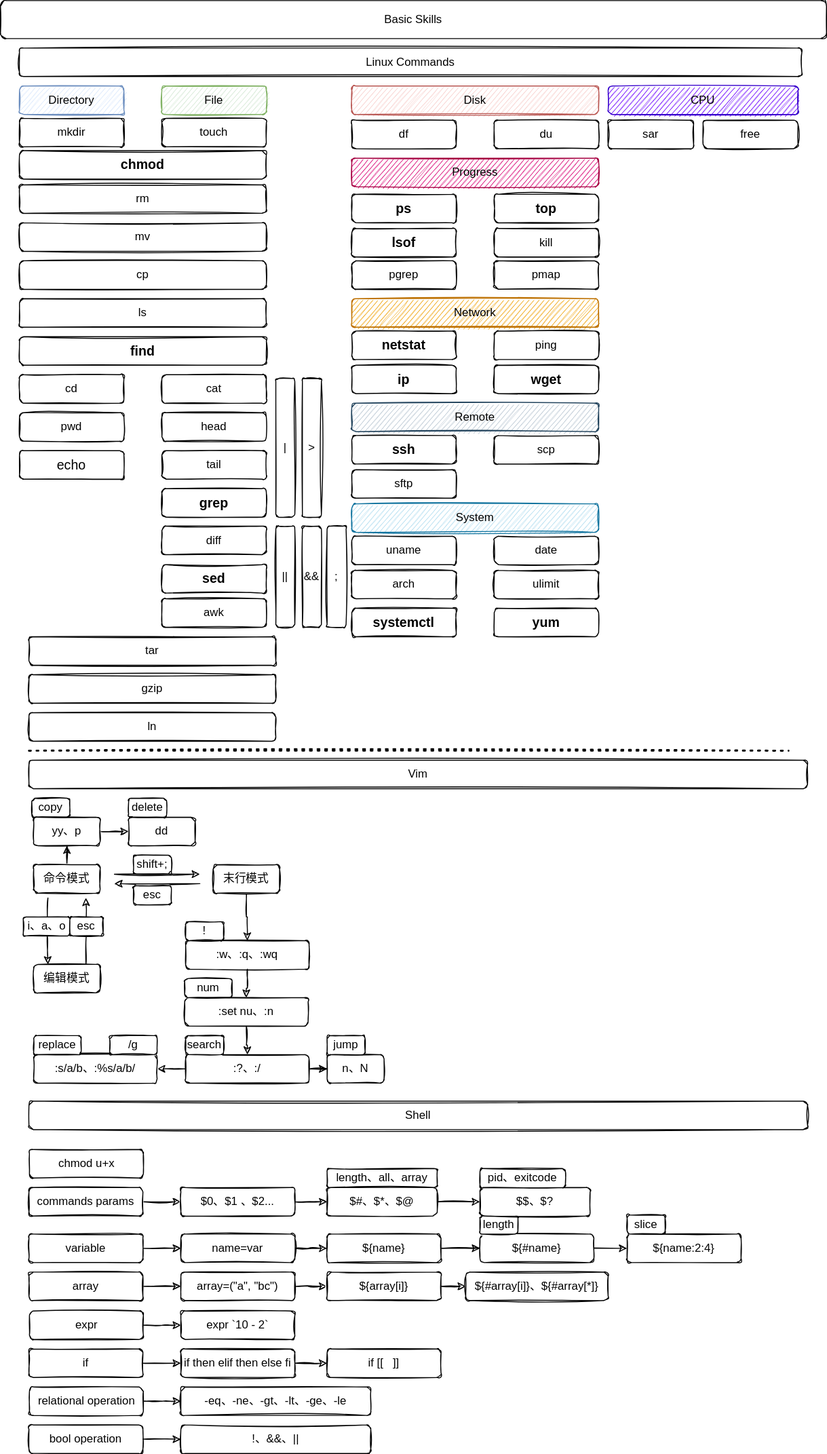
Earlier version of the draw.io export 03-工作环境/images/Linux-Commands.svg (cd-home/Root). Source tidied: cells renumbered, new cells last; positions are measured from the earlier drawing's top-left corner, leaving out a move shared by most shapes.
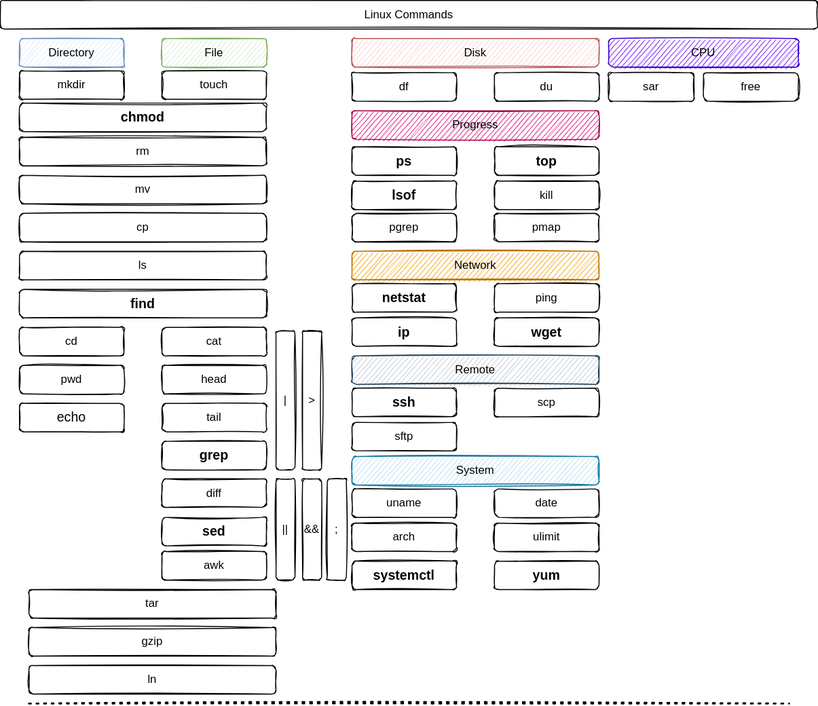
Later version of the same file.

Commit message:
😀🌴⭐🌎☀️🌈🌽: Basic Skills

Change to the diagram source:
```diff
@@ -3,7 +3,7 @@
     <mxCell id="0" />
     <mxCell id="1" parent="0" />
     <mxCell id="2" value="Linux Commands" style="rounded=1;whiteSpace=wrap;html=1;sketch=1;" parent="1" vertex="1">
-      <mxGeometry x="20" y="50" width="824" height="30" as="geometry" />
+      <mxGeometry y="50" width="860" height="30" as="geometry" />
     </mxCell>
     <mxCell id="3" value="mkdir" style="rounded=1;whiteSpace=wrap;html=1;sketch=1;" parent="1" vertex="1">
       <mxGeometry x="20" y="124" width="110" height="30" as="geometry" />
@@ -182,261 +182,5 @@
         <mxPoint x="830" y="790" as="targetPoint" />
       </mxGeometry>
     </mxCell>
-    <mxCell id="61" value="Vim" style="rounded=1;whiteSpace=wrap;html=1;sketch=1;fontSize=12;fontColor=#000000;" parent="1" vertex="1">
-      <mxGeometry x="30" y="800" width="820" height="30" as="geometry" />
-    </mxCell>
-    <mxCell id="62" value="Shell" style="rounded=1;whiteSpace=wrap;html=1;sketch=1;fontSize=12;fontColor=#000000;" parent="1" vertex="1">
-      <mxGeometry x="30" y="1159" width="820" height="30" as="geometry" />
-    </mxCell>
-    <mxCell id="63" style="edgeStyle=orthogonalEdgeStyle;rounded=0;sketch=1;jettySize=auto;html=1;fontSize=12;fontColor=#000000;" parent="1" edge="1" source="64" target="81">
-      <mxGeometry relative="1" as="geometry" />
-    </mxCell>
-    <mxCell id="64" value="命令模式" style="rounded=1;whiteSpace=wrap;html=1;sketch=1;fontSize=12;fontColor=#000000;" parent="1" vertex="1">
-      <mxGeometry x="35" y="910" width="70" height="30" as="geometry" />
-    </mxCell>
-    <mxCell id="65" value="编辑模式" style="rounded=1;whiteSpace=wrap;html=1;sketch=1;fontSize=12;fontColor=#000000;" parent="1" vertex="1">
-      <mxGeometry x="35" y="1015" width="70" height="30" as="geometry" />
-    </mxCell>
-    <mxCell id="66" style="edgeStyle=orthogonalEdgeStyle;rounded=0;sketch=1;jettySize=auto;html=1;fontSize=12;fontColor=#000000;" parent="1" edge="1" source="67" target="69">
-      <mxGeometry relative="1" as="geometry" />
-    </mxCell>
-    <mxCell id="67" value="末行模式" style="rounded=1;whiteSpace=wrap;html=1;sketch=1;fontSize=12;fontColor=#000000;" parent="1" vertex="1">
-      <mxGeometry x="224" y="910" width="70" height="30" as="geometry" />
-    </mxCell>
-    <mxCell id="68" style="edgeStyle=orthogonalEdgeStyle;rounded=0;sketch=1;jettySize=auto;html=1;fontSize=12;fontColor=#000000;" parent="1" edge="1" source="69" target="71">
-      <mxGeometry relative="1" as="geometry" />
-    </mxCell>
-    <mxCell id="69" value=":w、:q、:wq" style="rounded=1;whiteSpace=wrap;html=1;sketch=1;fontSize=12;fontColor=#000000;" parent="1" vertex="1">
-      <mxGeometry x="195" y="990" width="130" height="30" as="geometry" />
-    </mxCell>
-    <mxCell id="70" style="edgeStyle=orthogonalEdgeStyle;rounded=0;sketch=1;jettySize=auto;html=1;fontSize=12;fontColor=#000000;" parent="1" edge="1" source="71" target="75">
-      <mxGeometry relative="1" as="geometry" />
-    </mxCell>
-    <mxCell id="71" value=":set nu、:n" style="rounded=1;whiteSpace=wrap;html=1;sketch=1;fontSize=12;fontColor=#000000;" parent="1" vertex="1">
-      <mxGeometry x="194" y="1050" width="130" height="30" as="geometry" />
-    </mxCell>
-    <mxCell id="72" value="!" style="rounded=1;whiteSpace=wrap;html=1;sketch=1;fontSize=12;fontColor=#000000;" parent="1" vertex="1">
-      <mxGeometry x="195" y="970" width="40" height="20" as="geometry" />
-    </mxCell>
-    <mxCell id="73" style="edgeStyle=orthogonalEdgeStyle;rounded=0;sketch=1;jettySize=auto;html=1;fontSize=12;fontColor=#000000;" parent="1" edge="1" source="75">
-      <mxGeometry relative="1" as="geometry">
-        <mxPoint x="165" y="1125" as="targetPoint" />
-      </mxGeometry>
-    </mxCell>
-    <mxCell id="74" style="edgeStyle=orthogonalEdgeStyle;rounded=0;sketch=1;jettySize=auto;html=1;fontSize=12;fontColor=#000000;entryX=0;entryY=0.5;entryDx=0;entryDy=0;" parent="1" edge="1" source="75" target="83">
-      <mxGeometry relative="1" as="geometry" />
-    </mxCell>
-    <mxCell id="75" value=":?、:/" style="rounded=1;whiteSpace=wrap;html=1;sketch=1;fontSize=12;fontColor=#000000;" parent="1" vertex="1">
-      <mxGeometry x="195" y="1110" width="130" height="30" as="geometry" />
-    </mxCell>
-    <mxCell id="76" value="search" style="rounded=1;whiteSpace=wrap;html=1;sketch=1;fontSize=12;fontColor=#000000;" parent="1" vertex="1">
-      <mxGeometry x="195" y="1090" width="40" height="20" as="geometry" />
-    </mxCell>
-    <mxCell id="77" value=":s/a/b、:%s/a/b/" style="rounded=1;whiteSpace=wrap;html=1;sketch=1;fontSize=12;fontColor=#000000;" parent="1" vertex="1">
-      <mxGeometry x="35" y="1110" width="130" height="30" as="geometry" />
-    </mxCell>
-    <mxCell id="78" value="replace" style="rounded=1;whiteSpace=wrap;html=1;sketch=1;fontSize=12;fontColor=#000000;" parent="1" vertex="1">
-      <mxGeometry x="35" y="1090" width="50" height="20" as="geometry" />
-    </mxCell>
-    <mxCell id="79" value="/g" style="rounded=1;whiteSpace=wrap;html=1;sketch=1;fontSize=12;fontColor=#000000;" parent="1" vertex="1">
-      <mxGeometry x="115" y="1090" width="50" height="20" as="geometry" />
-    </mxCell>
-    <mxCell id="80" style="edgeStyle=orthogonalEdgeStyle;rounded=0;sketch=1;jettySize=auto;html=1;fontSize=12;fontColor=#000000;" parent="1" edge="1" source="81" target="82">
-      <mxGeometry relative="1" as="geometry" />
-    </mxCell>
-    <mxCell id="81" value="yy、p" style="rounded=1;whiteSpace=wrap;html=1;sketch=1;fontSize=12;fontColor=#000000;" parent="1" vertex="1">
-      <mxGeometry x="35" y="860" width="70" height="30" as="geometry" />
-    </mxCell>
-    <mxCell id="82" value="dd" style="rounded=1;whiteSpace=wrap;html=1;sketch=1;fontSize=12;fontColor=#000000;" parent="1" vertex="1">
-      <mxGeometry x="135" y="860" width="70" height="30" as="geometry" />
-    </mxCell>
-    <mxCell id="83" value="n、N" style="rounded=1;whiteSpace=wrap;html=1;sketch=1;fontSize=12;fontColor=#000000;" parent="1" vertex="1">
-      <mxGeometry x="344" y="1110" width="60" height="30" as="geometry" />
-    </mxCell>
-    <mxCell id="84" value="jump" style="rounded=1;whiteSpace=wrap;html=1;sketch=1;fontSize=12;fontColor=#000000;" parent="1" vertex="1">
-      <mxGeometry x="344" y="1090" width="40" height="20" as="geometry" />
-    </mxCell>
-    <mxCell id="85" value="num" style="rounded=1;whiteSpace=wrap;html=1;sketch=1;fontSize=12;fontColor=#000000;" parent="1" vertex="1">
-      <mxGeometry x="194" y="1030" width="50" height="20" as="geometry" />
-    </mxCell>
-    <mxCell id="86" value="shift+;" style="rounded=1;whiteSpace=wrap;html=1;sketch=1;fontSize=12;fontColor=#000000;" parent="1" vertex="1">
-      <mxGeometry x="140" y="900" width="40" height="20" as="geometry" />
-    </mxCell>
-    <mxCell id="87" style="endArrow=classic;html=1;rounded=0;sketch=1;fontSize=12;fontColor=#000000;" parent="1" edge="1">
-      <mxGeometry relative="1" as="geometry">
-        <mxPoint x="120" y="920" as="sourcePoint" />
-        <mxPoint x="210" y="920" as="targetPoint" />
-      </mxGeometry>
-    </mxCell>
-    <mxCell id="88" style="endArrow=classic;html=1;rounded=0;sketch=1;fontSize=12;fontColor=#000000;" parent="1" edge="1">
-      <mxGeometry relative="1" as="geometry">
-        <mxPoint x="210" y="930" as="sourcePoint" />
-        <mxPoint x="120" y="930" as="targetPoint" />
-      </mxGeometry>
-    </mxCell>
-    <mxCell id="89" value="esc" style="rounded=1;whiteSpace=wrap;html=1;sketch=1;fontSize=12;fontColor=#000000;" parent="1" vertex="1">
-      <mxGeometry x="140" y="932" width="40" height="20" as="geometry" />
-    </mxCell>
-    <mxCell id="90" style="endArrow=classic;html=1;rounded=0;sketch=1;fontSize=12;fontColor=#000000;startArrow=none;" parent="1" edge="1" source="92">
-      <mxGeometry relative="1" as="geometry">
-        <mxPoint x="50" y="1015" as="targetPoint" />
-      </mxGeometry>
-    </mxCell>
-    <mxCell id="91" style="endArrow=classic;html=1;rounded=0;sketch=1;fontSize=12;fontColor=#000000;startArrow=none;" parent="1" edge="1" source="94">
-      <mxGeometry relative="1" as="geometry">
-        <mxPoint x="90" y="945" as="targetPoint" />
-      </mxGeometry>
-    </mxCell>
-    <mxCell id="92" value="i、a、o" style="rounded=1;whiteSpace=wrap;html=1;sketch=1;fontSize=12;fontColor=#000000;" parent="1" vertex="1">
-      <mxGeometry x="24" y="965" width="50" height="20" as="geometry" />
-    </mxCell>
-    <mxCell id="93" style="endArrow=none;html=1;rounded=0;sketch=1;fontSize=12;fontColor=#000000;" parent="1" edge="1" target="92">
-      <mxGeometry relative="1" as="geometry">
-        <mxPoint x="50" y="945" as="sourcePoint" />
-      </mxGeometry>
-    </mxCell>
-    <mxCell id="94" value="esc" style="rounded=1;whiteSpace=wrap;html=1;sketch=1;fontSize=12;fontColor=#000000;" parent="1" vertex="1">
-      <mxGeometry x="73" y="965" width="35" height="20" as="geometry" />
-    </mxCell>
-    <mxCell id="95" style="endArrow=none;html=1;rounded=0;sketch=1;fontSize=12;fontColor=#000000;" parent="1" edge="1" target="94">
-      <mxGeometry relative="1" as="geometry">
-        <mxPoint x="90" y="1015" as="sourcePoint" />
-      </mxGeometry>
-    </mxCell>
-    <mxCell id="96" value="copy" style="rounded=1;whiteSpace=wrap;html=1;sketch=1;fontSize=12;fontColor=#000000;" parent="1" vertex="1">
-      <mxGeometry x="33" y="840" width="40" height="20" as="geometry" />
-    </mxCell>
-    <mxCell id="97" value="delete" style="rounded=1;whiteSpace=wrap;html=1;sketch=1;fontSize=12;fontColor=#000000;" parent="1" vertex="1">
-      <mxGeometry x="135" y="840" width="40" height="20" as="geometry" />
-    </mxCell>
-    <mxCell id="98" value="Basic Skills" style="rounded=1;whiteSpace=wrap;html=1;sketch=1;" parent="1" vertex="1">
-      <mxGeometry width="870" height="40" as="geometry" />
-    </mxCell>
-    <mxCell id="99" value="chmod u+x" style="rounded=1;whiteSpace=wrap;html=1;sketch=1;fontSize=12;fontColor=#000000;" parent="1" vertex="1">
-      <mxGeometry x="30.5" y="1210" width="120" height="30" as="geometry" />
-    </mxCell>
-    <mxCell id="100" style="edgeStyle=orthogonalEdgeStyle;rounded=0;sketch=1;jettySize=auto;html=1;fontSize=12;fontColor=#000000;startArrow=none;startFill=0;" parent="1" edge="1" source="101" target="103">
-      <mxGeometry relative="1" as="geometry" />
-    </mxCell>
-    <mxCell id="101" value="commands params" style="rounded=1;whiteSpace=wrap;html=1;sketch=1;fontSize=12;fontColor=#000000;" parent="1" vertex="1">
-      <mxGeometry x="30" y="1250" width="120" height="30" as="geometry" />
-    </mxCell>
-    <mxCell id="102" style="edgeStyle=orthogonalEdgeStyle;rounded=0;sketch=1;jettySize=auto;html=1;fontSize=12;fontColor=#000000;startArrow=none;startFill=0;" parent="1" edge="1" source="103" target="123">
-      <mxGeometry relative="1" as="geometry" />
-    </mxCell>
-    <mxCell id="103" value="$0、$1 、$2..." style="rounded=1;whiteSpace=wrap;html=1;sketch=1;fontSize=12;fontColor=#000000;" parent="1" vertex="1">
-      <mxGeometry x="190" y="1250" width="120" height="30" as="geometry" />
-    </mxCell>
-    <mxCell id="104" style="edgeStyle=orthogonalEdgeStyle;rounded=0;sketch=1;jettySize=auto;html=1;fontSize=12;fontColor=#000000;startArrow=none;startFill=0;" parent="1" edge="1" source="105" target="107">
-      <mxGeometry relative="1" as="geometry" />
-    </mxCell>
-    <mxCell id="105" value="variable" style="rounded=1;whiteSpace=wrap;html=1;sketch=1;fontSize=12;fontColor=#000000;" parent="1" vertex="1">
-      <mxGeometry x="30" y="1299" width="120" height="30" as="geometry" />
-    </mxCell>
-    <mxCell id="106" style="edgeStyle=orthogonalEdgeStyle;rounded=0;sketch=1;jettySize=auto;html=1;fontSize=12;fontColor=#000000;startArrow=none;startFill=0;" parent="1" edge="1" source="107" target="110">
-      <mxGeometry relative="1" as="geometry" />
-    </mxCell>
-    <mxCell id="107" value="name=var" style="rounded=1;whiteSpace=wrap;html=1;sketch=1;fontSize=12;fontColor=#000000;" parent="1" vertex="1">
-      <mxGeometry x="190" y="1299" width="120" height="30" as="geometry" />
-    </mxCell>
-    <mxCell id="108" style="edgeStyle=orthogonalEdgeStyle;rounded=0;sketch=1;jettySize=auto;html=1;fontSize=12;fontColor=#000000;startArrow=none;startFill=0;" parent="1" edge="1" source="110" target="111">
-      <mxGeometry relative="1" as="geometry" />
-    </mxCell>
-    <mxCell id="109" style="edgeStyle=orthogonalEdgeStyle;rounded=0;sketch=1;jettySize=auto;html=1;fontSize=12;fontColor=#000000;startArrow=none;startFill=0;" parent="1" edge="1" source="110" target="112">
-      <mxGeometry relative="1" as="geometry" />
-    </mxCell>
-    <mxCell id="110" value="${name}" style="rounded=1;whiteSpace=wrap;html=1;sketch=1;fontSize=12;fontColor=#000000;" parent="1" vertex="1">
-      <mxGeometry x="344" y="1299" width="120" height="30" as="geometry" />
-    </mxCell>
-    <mxCell id="111" value="${#name}" style="rounded=1;whiteSpace=wrap;html=1;sketch=1;fontSize=12;fontColor=#000000;" parent="1" vertex="1">
-      <mxGeometry x="505" y="1299" width="120" height="30" as="geometry" />
-    </mxCell>
-    <mxCell id="112" value="${name:2:4}" style="rounded=1;whiteSpace=wrap;html=1;sketch=1;fontSize=12;fontColor=#000000;" parent="1" vertex="1">
-      <mxGeometry x="660" y="1299" width="120" height="30" as="geometry" />
-    </mxCell>
-    <mxCell id="113" value="slice" style="rounded=1;whiteSpace=wrap;html=1;sketch=1;fontSize=12;fontColor=#000000;" parent="1" vertex="1">
-      <mxGeometry x="660" y="1279" width="40" height="20" as="geometry" />
-    </mxCell>
-    <mxCell id="114" value="length" style="rounded=1;whiteSpace=wrap;html=1;sketch=1;fontSize=12;fontColor=#000000;" parent="1" vertex="1">
-      <mxGeometry x="505" y="1279" width="40" height="20" as="geometry" />
-    </mxCell>
-    <mxCell id="115" style="edgeStyle=orthogonalEdgeStyle;rounded=0;sketch=1;jettySize=auto;html=1;fontSize=12;fontColor=#000000;startArrow=none;startFill=0;" parent="1" edge="1" source="116" target="118">
-      <mxGeometry relative="1" as="geometry" />
-    </mxCell>
-    <mxCell id="116" value="array" style="rounded=1;whiteSpace=wrap;html=1;sketch=1;fontSize=12;fontColor=#000000;" parent="1" vertex="1">
-      <mxGeometry x="30" y="1339" width="120" height="30" as="geometry" />
-    </mxCell>
-    <mxCell id="117" style="edgeStyle=orthogonalEdgeStyle;rounded=0;sketch=1;jettySize=auto;html=1;fontSize=12;fontColor=#000000;startArrow=none;startFill=0;" parent="1" edge="1" source="118" target="120">
-      <mxGeometry relative="1" as="geometry" />
-    </mxCell>
-    <mxCell id="118" value="array=(&quot;a&quot;, &quot;bc&quot;)" style="rounded=1;whiteSpace=wrap;html=1;sketch=1;fontSize=12;fontColor=#000000;" parent="1" vertex="1">
-      <mxGeometry x="190" y="1339" width="120" height="30" as="geometry" />
-    </mxCell>
-    <mxCell id="119" style="edgeStyle=orthogonalEdgeStyle;rounded=0;sketch=1;jettySize=auto;html=1;fontSize=12;fontColor=#000000;startArrow=none;startFill=0;" parent="1" edge="1" source="120" target="121">
-      <mxGeometry relative="1" as="geometry" />
-    </mxCell>
-    <mxCell id="120" value="${array[i]}" style="rounded=1;whiteSpace=wrap;html=1;sketch=1;fontSize=12;fontColor=#000000;" parent="1" vertex="1">
-      <mxGeometry x="344" y="1339" width="120" height="30" as="geometry" />
-    </mxCell>
-    <mxCell id="121" value="${#array[i]}、${#array[*]}" style="rounded=1;whiteSpace=wrap;html=1;sketch=1;fontSize=12;fontColor=#000000;" parent="1" vertex="1">
-      <mxGeometry x="490" y="1339" width="150" height="30" as="geometry" />
-    </mxCell>
-    <mxCell id="122" style="edgeStyle=orthogonalEdgeStyle;rounded=0;sketch=1;jettySize=auto;html=1;fontSize=12;fontColor=#000000;startArrow=none;startFill=0;" parent="1" edge="1" source="123" target="124">
-      <mxGeometry relative="1" as="geometry" />
-    </mxCell>
-    <mxCell id="123" value="$#、$*、$@" style="rounded=1;whiteSpace=wrap;html=1;sketch=1;fontSize=12;fontColor=#000000;" parent="1" vertex="1">
-      <mxGeometry x="344" y="1250" width="116" height="30" as="geometry" />
-    </mxCell>
-    <mxCell id="124" value="$$、$?" style="rounded=1;whiteSpace=wrap;html=1;sketch=1;fontSize=12;fontColor=#000000;" parent="1" vertex="1">
-      <mxGeometry x="505" y="1250" width="116" height="30" as="geometry" />
-    </mxCell>
-    <mxCell id="125" value="length、all、array" style="rounded=1;whiteSpace=wrap;html=1;sketch=1;fontSize=12;fontColor=#000000;" parent="1" vertex="1">
-      <mxGeometry x="344" y="1230" width="116" height="20" as="geometry" />
-    </mxCell>
-    <mxCell id="126" value="pid、exitcode" style="rounded=1;whiteSpace=wrap;html=1;sketch=1;fontSize=12;fontColor=#000000;" parent="1" vertex="1">
-      <mxGeometry x="490" y="1230" width="90" height="20" as="geometry" />
-    </mxCell>
-    <mxCell id="127" style="edgeStyle=orthogonalEdgeStyle;rounded=0;sketch=1;jettySize=auto;html=1;fontSize=12;fontColor=#000000;startArrow=none;startFill=0;" parent="1" edge="1" source="128" target="129">
-      <mxGeometry relative="1" as="geometry" />
-    </mxCell>
-    <mxCell id="128" value="expr" style="rounded=1;whiteSpace=wrap;html=1;sketch=1;fontSize=12;fontColor=#000000;" parent="1" vertex="1">
-      <mxGeometry x="30.5" y="1380" width="120" height="30" as="geometry" />
-    </mxCell>
-    <mxCell id="129" value="expr `10 - 2`" style="rounded=1;whiteSpace=wrap;html=1;sketch=1;fontSize=12;fontColor=#000000;" parent="1" vertex="1">
-      <mxGeometry x="190" y="1380" width="120" height="30" as="geometry" />
-    </mxCell>
-    <mxCell id="130" style="edgeStyle=orthogonalEdgeStyle;rounded=0;sketch=1;jettySize=auto;html=1;fontSize=12;fontColor=#000000;startArrow=none;startFill=0;" parent="1" edge="1" source="131" target="132">
-      <mxGeometry relative="1" as="geometry" />
-    </mxCell>
-    <mxCell id="131" value="relational operation" style="rounded=1;whiteSpace=wrap;html=1;sketch=1;fontSize=12;fontColor=#000000;" parent="1" vertex="1">
-      <mxGeometry x="30.5" y="1460" width="120" height="30" as="geometry" />
-    </mxCell>
-    <mxCell id="132" value="-eq、-ne、-gt、-lt、-ge、-le" style="rounded=1;whiteSpace=wrap;html=1;sketch=1;fontSize=12;fontColor=#000000;" parent="1" vertex="1">
-      <mxGeometry x="190" y="1460" width="200" height="30" as="geometry" />
-    </mxCell>
-    <mxCell id="133" style="edgeStyle=orthogonalEdgeStyle;rounded=0;sketch=1;jettySize=auto;html=1;fontSize=12;fontColor=#000000;startArrow=none;startFill=0;" parent="1" edge="1" source="134" target="135">
-      <mxGeometry relative="1" as="geometry" />
-    </mxCell>
-    <mxCell id="134" value="bool operation" style="rounded=1;whiteSpace=wrap;html=1;sketch=1;fontSize=12;fontColor=#000000;" parent="1" vertex="1">
-      <mxGeometry x="30" y="1500" width="120" height="30" as="geometry" />
-    </mxCell>
-    <mxCell id="135" value="!、&amp;amp;&amp;amp;、||" style="rounded=1;whiteSpace=wrap;html=1;sketch=1;fontSize=12;fontColor=#000000;" parent="1" vertex="1">
-      <mxGeometry x="190" y="1500" width="200" height="30" as="geometry" />
-    </mxCell>
-    <mxCell id="136" style="edgeStyle=orthogonalEdgeStyle;rounded=0;sketch=1;jettySize=auto;html=1;fontSize=12;fontColor=#000000;startArrow=none;startFill=0;" parent="1" edge="1" source="137" target="139">
-      <mxGeometry relative="1" as="geometry" />
-    </mxCell>
-    <mxCell id="137" value="if" style="rounded=1;whiteSpace=wrap;html=1;sketch=1;fontSize=12;fontColor=#000000;" parent="1" vertex="1">
-      <mxGeometry x="30" y="1420" width="120" height="30" as="geometry" />
-    </mxCell>
-    <mxCell id="138" style="edgeStyle=orthogonalEdgeStyle;rounded=0;sketch=1;jettySize=auto;html=1;fontSize=12;fontColor=#000000;startArrow=none;startFill=0;" parent="1" edge="1" source="139" target="140">
-      <mxGeometry relative="1" as="geometry" />
-    </mxCell>
-    <mxCell id="139" value="if then elif then else fi" style="rounded=1;whiteSpace=wrap;html=1;sketch=1;fontSize=12;fontColor=#000000;" parent="1" vertex="1">
-      <mxGeometry x="190" y="1420" width="120" height="30" as="geometry" />
-    </mxCell>
-    <mxCell id="140" value="if [[&amp;nbsp; &amp;nbsp;]]" style="rounded=1;whiteSpace=wrap;html=1;sketch=1;fontSize=12;fontColor=#000000;" parent="1" vertex="1">
-      <mxGeometry x="344" y="1420" width="120" height="30" as="geometry" />
-    </mxCell>
   </root>
 </mxGraphModel>
```
